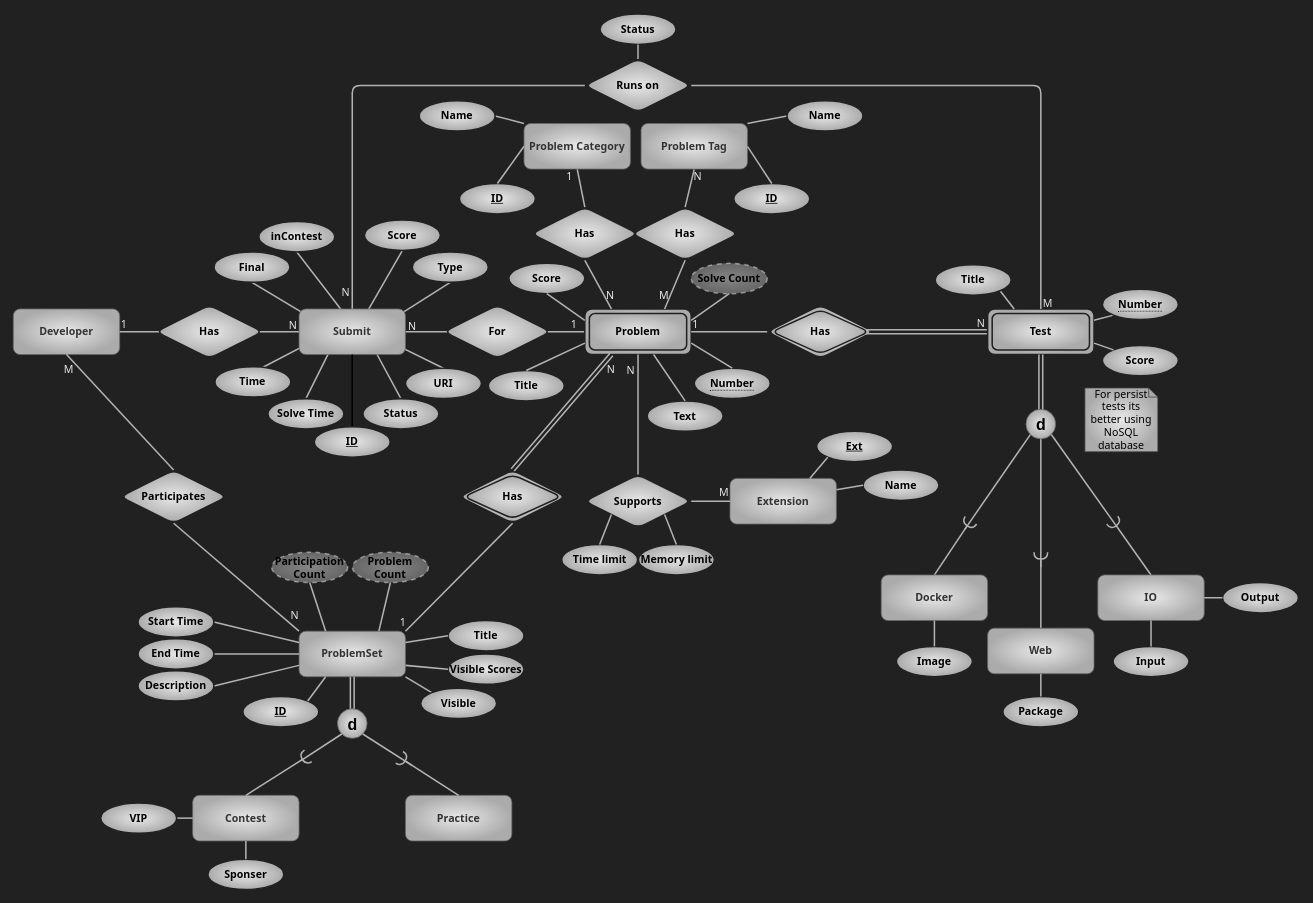
kntu-db/quera-norm keeps this draw.io diagram as page "problemset" (4 of 5) of assets/er.drawio. Above is the earlier version. Source tidied: cells renumbered, new cells numbered last; positions are measured from the earlier drawing's top-left corner, leaving out a move shared by most shapes. Both pictures are drawn from the tidied source at 76%, with x=0, y=0 at pixel (13, 14).
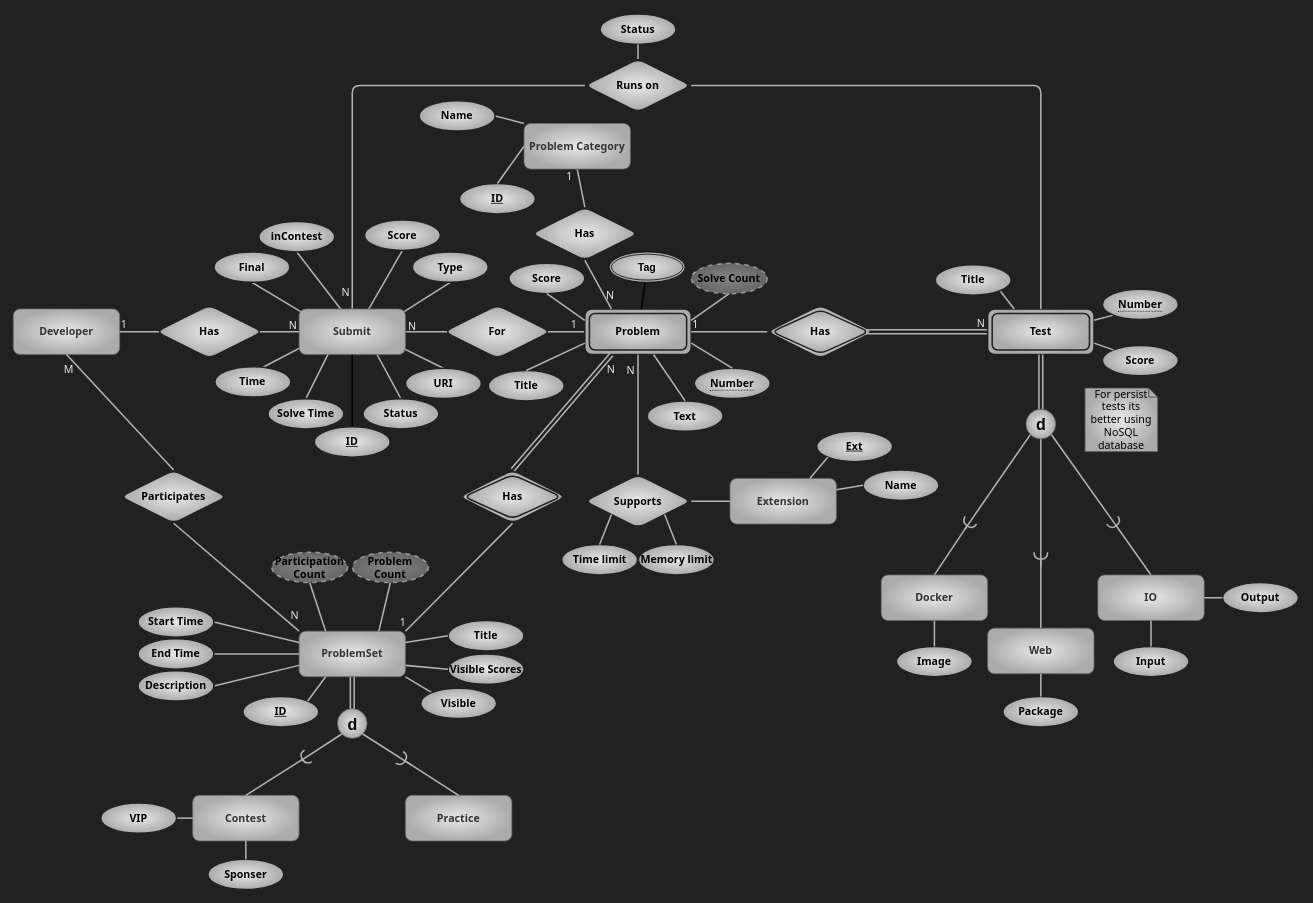
Above is the later version.

The change refers to these unchanged cells:
```xml
<mxCell id="24" value="Problem" style="shape=ext;margin=3;double=1;whiteSpace=wrap;html=1;align=center;rounded=1;labelBackgroundColor=none;fontFamily=Tahoma;fontSize=14;fontColor=#000000;fillColor=#E8E8E8;gradientColor=#ABABAB;gradientDirection=radial;fontStyle=1;strokeColor=#212121;strokeWidth=2;glass=0;" parent="1" vertex="1">
  <mxGeometry x="752" y="388" width="140" height="60" as="geometry" />
</mxCell>
```

What changed in the source:
```diff
@@
-    <mxCell id="27" style="endArrow=none;html=1;rounded=0;shadow=0;sketch=0;fontFamily=Tahoma;fontSize=14;fontColor=#E8E8E8;strokeWidth=2;fillColor=none;strokeColor=#B3B3B3;exitX=0.5;exitY=0;exitDx=0;exitDy=0;startArrow=none;entryX=0.5;entryY=1;entryDx=0;entryDy=0;" parent="1" edge="1" source="29" target="34">
-      <mxGeometry relative="1" as="geometry" />
-    </mxCell>
-    <mxCell id="28" value="N" style="html=1;align=right;verticalAlign=bottom;rounded=1;shadow=0;glass=0;labelBackgroundColor=none;labelBorderColor=none;fontFamily=Tahoma;fontSize=14;fontColor=#E8E8E8;strokeColor=#3D3D3D;strokeWidth=1;fillColor=#E8E8E8;gradientColor=#ABABAB;gradientDirection=radial;" parent="27" vertex="1">
-      <mxGeometry x="1" relative="1" as="geometry">
-        <mxPoint x="10" y="20" as="offset" />
-      </mxGeometry>
-    </mxCell>
-    <mxCell id="29" value="Has" style="shape=rhombus;perimeter=rhombusPerimeter;whiteSpace=wrap;html=1;align=center;rounded=1;labelBackgroundColor=none;fontFamily=Tahoma;fontSize=14;fontColor=#000000;strokeColor=#212121;strokeWidth=2;fillColor=#E8E8E8;gradientColor=#ABABAB;gradientDirection=radial;fontStyle=1;" parent="1" vertex="1">
-      <mxGeometry x="814" y="254" width="140" height="70" as="geometry" />
-    </mxCell>
-    <mxCell id="30" style="endArrow=none;html=1;rounded=0;shadow=0;sketch=0;fontFamily=Tahoma;fontSize=14;fontColor=#E8E8E8;strokeWidth=2;fillColor=none;strokeColor=#B3B3B3;exitX=0.75;exitY=0;exitDx=0;exitDy=0;entryX=0.5;entryY=1;entryDx=0;entryDy=0;" parent="1" edge="1" source="24" target="29">
-      <mxGeometry relative="1" as="geometry" />
-    </mxCell>
-    <mxCell id="31" value="M" style="html=1;align=left;verticalAlign=bottom;rounded=1;shadow=0;glass=0;labelBackgroundColor=none;labelBorderColor=none;fontFamily=Tahoma;fontSize=14;fontColor=#E8E8E8;strokeColor=#3D3D3D;strokeWidth=1;fillColor=#E8E8E8;gradientColor=#ABABAB;gradientDirection=radial;" parent="30" vertex="1">
-      <mxGeometry x="-1" relative="1" as="geometry">
-        <mxPoint x="-9" y="-7" as="offset" />
-      </mxGeometry>
-    </mxCell>
-    <mxCell id="32" value="M" style="html=1;align=left;verticalAlign=bottom;rounded=1;shadow=0;glass=0;labelBackgroundColor=none;labelBorderColor=none;fontFamily=Tahoma;fontSize=14;fontColor=#E8E8E8;strokeColor=#3D3D3D;strokeWidth=1;fillColor=#E8E8E8;gradientColor=#ABABAB;gradientDirection=radial;" parent="30" vertex="1">
-      <mxGeometry x="-1" relative="1" as="geometry">
-        <mxPoint x="496" y="3" as="offset" />
-      </mxGeometry>
-    </mxCell>
-    <mxCell id="33" value="M" style="html=1;align=left;verticalAlign=bottom;rounded=1;shadow=0;glass=0;labelBackgroundColor=none;labelBorderColor=none;fontFamily=Tahoma;fontSize=14;fontColor=#E8E8E8;strokeColor=#3D3D3D;strokeWidth=1;fillColor=#E8E8E8;gradientColor=#ABABAB;gradientDirection=radial;" parent="30" vertex="1">
-      <mxGeometry x="-1" relative="1" as="geometry">
-        <mxPoint x="70" y="251" as="offset" />
-      </mxGeometry>
-    </mxCell>
-    <mxCell id="34" value="Problem Tag" style="whiteSpace=wrap;html=1;align=center;fontFamily=Tahoma;rounded=1;fillColor=#E8E8E8;strokeColor=#666666;fontColor=#333333;gradientColor=#ABABAB;gradientDirection=radial;fontSize=14;labelBackgroundColor=none;fontStyle=1;" parent="1" vertex="1">
-      <mxGeometry x="826" y="144" width="140" height="60" as="geometry" />
-    </mxCell>
@@
-    <mxCell id="115" value="ID" style="ellipse;whiteSpace=wrap;html=1;align=center;rounded=1;labelBackgroundColor=none;fontFamily=Tahoma;fontSize=14;fontColor=#000000;strokeColor=#212121;strokeWidth=2;fillColor=#E8E8E8;gradientColor=#ABABAB;gradientDirection=radial;fontStyle=5;" parent="1" vertex="1">
-      <mxGeometry x="948" y="223" width="100" height="40" as="geometry" />
-    </mxCell>
-    <mxCell id="116" style="endArrow=none;html=1;rounded=1;fontFamily=Tahoma;fontSize=14;fontColor=#000000;strokeWidth=2;sketch=0;shadow=0;fillColor=none;strokeColor=#B3B3B3;exitX=0.5;exitY=0;exitDx=0;exitDy=0;entryX=1;entryY=0.5;entryDx=0;entryDy=0;" parent="1" edge="1" source="115" target="34">
-      <mxGeometry relative="1" as="geometry" />
-    </mxCell>
@@
-    <mxCell id="150" style="edgeStyle=none;html=1;exitX=0;exitY=0.5;exitDx=0;exitDy=0;entryX=1;entryY=0;entryDx=0;entryDy=0;endArrow=none;endFill=0;strokeColor=#B3B3B3;strokeWidth=2;" parent="1" edge="1" source="151" target="34">
-      <mxGeometry relative="1" as="geometry" />
-    </mxCell>
-    <mxCell id="151" value="Name" style="ellipse;whiteSpace=wrap;html=1;align=center;rounded=1;labelBackgroundColor=none;fontFamily=Tahoma;fontSize=14;fontColor=#000000;strokeColor=#212121;strokeWidth=2;fillColor=#E8E8E8;gradientColor=#ABABAB;gradientDirection=radial;fontStyle=1;" parent="1" vertex="1">
-      <mxGeometry x="1018" y="114" width="100" height="40" as="geometry" />
-    </mxCell>
@@
+    <mxCell id="160" style="edgeStyle=none;html=1;endArrow=none;endFill=0;strokeWidth=2;" parent="1" edge="1" source="161" target="24">
+      <mxGeometry relative="1" as="geometry" />
+    </mxCell>
+    <mxCell id="161" value="Tag" style="ellipse;shape=doubleEllipse;margin=3;whiteSpace=wrap;html=1;align=center;gradientColor=#ABABAB;gradientDirection=radial;fillColor=#E8E8E8;fontSize=14;fontColor=#000000;fontStyle=1;strokeColor=#000000;" parent="1" vertex="1">
+      <mxGeometry x="784" y="313" width="100" height="40" as="geometry" />
+    </mxCell>
```
